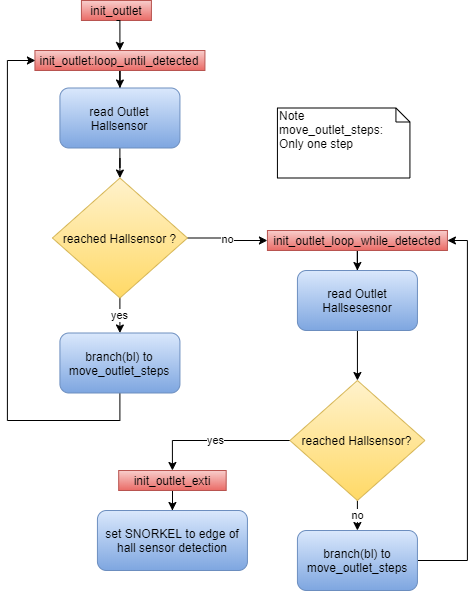
DerToaster98/SysProgTIT18 keeps this draw.io diagram as diagrams/export/Programmablauf_init_outlet.png. Above is the earlier version. Source tidied: cells renumbered, new cells last; positions are measured from the earlier drawing's top-left corner, leaving out a move shared by most shapes. Its diagram source:
```xml
<mxGraphModel>
  <root>
    <mxCell id="0" />
    <mxCell id="1" parent="0" />
    <mxCell id="2" value="init_outlet" style="text;html=1;strokeColor=#b85450;fillColor=#f8cecc;align=center;verticalAlign=middle;whiteSpace=wrap;rounded=0;gradientColor=#ea6b66;" parent="1" vertex="1">
      <mxGeometry x="73.9" width="70" height="20" as="geometry" />
    </mxCell>
    <mxCell id="3" style="edgeStyle=orthogonalEdgeStyle;rounded=0;jettySize=auto;html=1;entryX=0.5;entryY=0;entryDx=0;entryDy=0;strokeColor=#000000;exitX=0.5;exitY=1;exitDx=0;exitDy=0;" parent="1" edge="1" source="2" target="5">
      <mxGeometry relative="1" as="geometry" />
    </mxCell>
    <mxCell id="4" style="edgeStyle=orthogonalEdgeStyle;rounded=0;jettySize=auto;html=1;" parent="1" edge="1" source="5" target="7">
      <mxGeometry relative="1" as="geometry" />
    </mxCell>
    <mxCell id="5" value="init_outlet:loop_until_detected" style="text;html=1;strokeColor=#b85450;fillColor=#f8cecc;align=center;verticalAlign=middle;whiteSpace=wrap;rounded=0;gradientColor=#ea6b66;" parent="1" vertex="1">
      <mxGeometry x="27.4" y="50" width="170" height="20" as="geometry" />
    </mxCell>
    <mxCell id="6" style="edgeStyle=orthogonalEdgeStyle;rounded=0;jettySize=auto;html=1;" parent="1" edge="1" source="7" target="10">
      <mxGeometry relative="1" as="geometry" />
    </mxCell>
    <mxCell id="7" value="read Outlet Hallsensor" style="rounded=1;whiteSpace=wrap;html=1;gradientColor=#7ea6e0;fillColor=#dae8fc;strokeColor=#6c8ebf;" parent="1" vertex="1">
      <mxGeometry x="52.4" y="87.5" width="120" height="60" as="geometry" />
    </mxCell>
    <mxCell id="8" value="no" style="edgeStyle=orthogonalEdgeStyle;rounded=0;jettySize=auto;html=1;entryX=0;entryY=0.5;entryDx=0;entryDy=0;" parent="1" edge="1" source="10" target="14">
      <mxGeometry relative="1" as="geometry" />
    </mxCell>
    <mxCell id="9" value="yes" style="edgeStyle=orthogonalEdgeStyle;rounded=0;jettySize=auto;html=1;" parent="1" edge="1" source="10" target="12">
      <mxGeometry relative="1" as="geometry" />
    </mxCell>
    <mxCell id="10" value="reached Hallsensor ?" style="rhombus;whiteSpace=wrap;html=1;gradientColor=#ffd966;fillColor=#fff2cc;strokeColor=#d6b656;" parent="1" vertex="1">
      <mxGeometry x="44.9" y="177.5" width="135" height="120" as="geometry" />
    </mxCell>
    <mxCell id="11" style="edgeStyle=orthogonalEdgeStyle;rounded=0;jettySize=auto;html=1;" parent="1" edge="1" source="12">
      <mxGeometry relative="1" as="geometry">
        <mxPoint x="27.9" y="60" as="targetPoint" />
        <Array as="points">
          <mxPoint x="111.9" y="420" />
          <mxPoint x="-0.1" y="420" />
          <mxPoint x="-0.1" y="60" />
        </Array>
      </mxGeometry>
    </mxCell>
    <mxCell id="12" value="branch(bl) to move_outlet_steps" style="rounded=1;whiteSpace=wrap;html=1;gradientColor=#7ea6e0;fillColor=#dae8fc;strokeColor=#6c8ebf;" parent="1" vertex="1">
      <mxGeometry x="52.4" y="332.5" width="120" height="60" as="geometry" />
    </mxCell>
    <mxCell id="13" style="edgeStyle=orthogonalEdgeStyle;rounded=0;jettySize=auto;html=1;" parent="1" edge="1" source="14" target="16">
      <mxGeometry relative="1" as="geometry" />
    </mxCell>
    <mxCell id="14" value="init_outlet_loop_while_detected" style="text;html=1;strokeColor=#b85450;fillColor=#f8cecc;align=center;verticalAlign=middle;whiteSpace=wrap;rounded=0;gradientColor=#ea6b66;" parent="1" vertex="1">
      <mxGeometry x="259.9" y="230" width="180" height="20" as="geometry" />
    </mxCell>
    <mxCell id="15" style="edgeStyle=orthogonalEdgeStyle;rounded=0;jettySize=auto;html=1;gradientColor=#7ea6e0;fillColor=#dae8fc;strokeColor=#000000;" parent="1" edge="1" source="16" target="19">
      <mxGeometry relative="1" as="geometry" />
    </mxCell>
    <mxCell id="16" value="read Outlet Hallsesesnor" style="rounded=1;whiteSpace=wrap;html=1;gradientColor=#7ea6e0;fillColor=#dae8fc;strokeColor=#6c8ebf;" parent="1" vertex="1">
      <mxGeometry x="289.9" y="270" width="120" height="60" as="geometry" />
    </mxCell>
    <mxCell id="17" value="no" style="edgeStyle=orthogonalEdgeStyle;rounded=0;jettySize=auto;html=1;strokeColor=#000000;" parent="1" edge="1" source="19" target="21">
      <mxGeometry relative="1" as="geometry" />
    </mxCell>
    <mxCell id="18" value="yes" style="edgeStyle=orthogonalEdgeStyle;rounded=0;jettySize=auto;html=1;entryX=0.5;entryY=0;entryDx=0;entryDy=0;" parent="1" edge="1" source="19" target="23">
      <mxGeometry relative="1" as="geometry" />
    </mxCell>
    <mxCell id="19" value="reached Hallsensor?" style="rhombus;whiteSpace=wrap;html=1;gradientColor=#ffd966;fillColor=#fff2cc;strokeColor=#d6b656;" parent="1" vertex="1">
      <mxGeometry x="282.4" y="380" width="135" height="120" as="geometry" />
    </mxCell>
    <mxCell id="20" style="edgeStyle=orthogonalEdgeStyle;rounded=0;jettySize=auto;html=1;entryX=1;entryY=0.5;entryDx=0;entryDy=0;" parent="1" edge="1" source="21" target="14">
      <mxGeometry relative="1" as="geometry">
        <Array as="points">
          <mxPoint x="459.9" y="560" />
          <mxPoint x="459.9" y="240" />
        </Array>
      </mxGeometry>
    </mxCell>
    <mxCell id="21" value="branch(bl) to move_outlet_steps" style="rounded=1;whiteSpace=wrap;html=1;gradientColor=#7ea6e0;fillColor=#dae8fc;strokeColor=#6c8ebf;" parent="1" vertex="1">
      <mxGeometry x="289.9" y="530" width="120" height="60" as="geometry" />
    </mxCell>
    <mxCell id="22" style="edgeStyle=orthogonalEdgeStyle;rounded=0;jettySize=auto;html=1;" parent="1" edge="1" source="23" target="24">
      <mxGeometry relative="1" as="geometry" />
    </mxCell>
    <mxCell id="23" value="init_outlet_exti" style="text;html=1;strokeColor=#b85450;fillColor=#f8cecc;align=center;verticalAlign=middle;whiteSpace=wrap;rounded=0;gradientColor=#ea6b66;" parent="1" vertex="1">
      <mxGeometry x="111.2" y="470" width="107.5" height="20" as="geometry" />
    </mxCell>
    <mxCell id="24" value="set SNORKEL to&amp;nbsp;edge of hall sensor detection" style="rounded=1;whiteSpace=wrap;html=1;gradientColor=#7ea6e0;fillColor=#dae8fc;strokeColor=#6c8ebf;" parent="1" vertex="1">
      <mxGeometry x="89.9" y="510" width="150" height="60" as="geometry" />
    </mxCell>
    <mxCell id="25" value="Note&lt;br&gt;move_outlet_steps:&lt;br&gt;Only one step" style="shape=note;whiteSpace=wrap;html=1;size=14;verticalAlign=top;align=left;spacingTop=-6;" parent="1" vertex="1">
      <mxGeometry x="269.9" y="107.5" width="132.5" height="70" as="geometry" />
    </mxCell>
  </root>
</mxGraphModel>
```
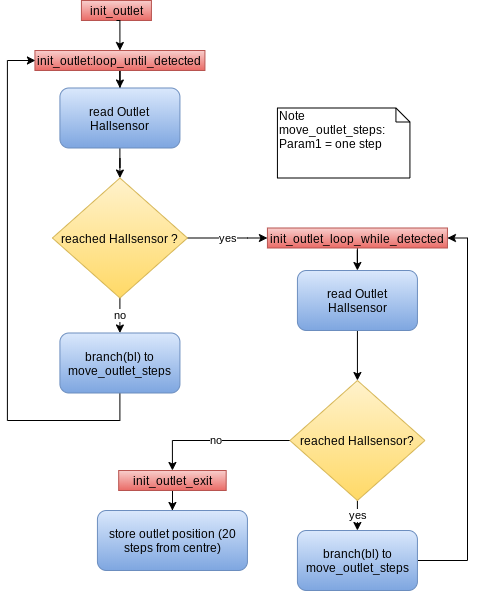
The same file after the commit.

The edit, as a diff of the source:
```diff
@@ -20,10 +20,15 @@
     <mxCell id="7" value="read Outlet Hallsensor" style="rounded=1;whiteSpace=wrap;html=1;gradientColor=#7ea6e0;fillColor=#dae8fc;strokeColor=#6c8ebf;" parent="1" vertex="1">
       <mxGeometry x="52.4" y="87.5" width="120" height="60" as="geometry" />
     </mxCell>
-    <mxCell id="8" value="no" style="edgeStyle=orthogonalEdgeStyle;rounded=0;jettySize=auto;html=1;entryX=0;entryY=0.5;entryDx=0;entryDy=0;" parent="1" edge="1" source="10" target="14">
-      <mxGeometry relative="1" as="geometry" />
+    <mxCell id="8" value="yes" style="edgeStyle=orthogonalEdgeStyle;rounded=0;jettySize=auto;html=1;entryX=0;entryY=0.5;entryDx=0;entryDy=0;" parent="1" edge="1" source="10" target="14">
+      <mxGeometry relative="1" as="geometry">
+        <Array as="points">
+          <mxPoint x="240" y="238" />
+          <mxPoint x="240" y="238" />
+        </Array>
+      </mxGeometry>
     </mxCell>
-    <mxCell id="9" value="yes" style="edgeStyle=orthogonalEdgeStyle;rounded=0;jettySize=auto;html=1;" parent="1" edge="1" source="10" target="12">
+    <mxCell id="9" value="no" style="edgeStyle=orthogonalEdgeStyle;rounded=0;jettySize=auto;html=1;" parent="1" edge="1" source="10" target="12">
       <mxGeometry relative="1" as="geometry" />
     </mxCell>
     <mxCell id="10" value="reached Hallsensor ?" style="rhombus;whiteSpace=wrap;html=1;gradientColor=#ffd966;fillColor=#fff2cc;strokeColor=#d6b656;" parent="1" vertex="1">
@@ -46,18 +51,18 @@
       <mxGeometry relative="1" as="geometry" />
     </mxCell>
     <mxCell id="14" value="init_outlet_loop_while_detected" style="text;html=1;strokeColor=#b85450;fillColor=#f8cecc;align=center;verticalAlign=middle;whiteSpace=wrap;rounded=0;gradientColor=#ea6b66;" parent="1" vertex="1">
-      <mxGeometry x="259.9" y="230" width="180" height="20" as="geometry" />
+      <mxGeometry x="259.9" y="227.5" width="180" height="20" as="geometry" />
     </mxCell>
     <mxCell id="15" style="edgeStyle=orthogonalEdgeStyle;rounded=0;jettySize=auto;html=1;gradientColor=#7ea6e0;fillColor=#dae8fc;strokeColor=#000000;" parent="1" edge="1" source="16" target="19">
       <mxGeometry relative="1" as="geometry" />
     </mxCell>
-    <mxCell id="16" value="read Outlet Hallsesesnor" style="rounded=1;whiteSpace=wrap;html=1;gradientColor=#7ea6e0;fillColor=#dae8fc;strokeColor=#6c8ebf;" parent="1" vertex="1">
+    <mxCell id="16" value="read Outlet Hallsensor" style="rounded=1;whiteSpace=wrap;html=1;gradientColor=#7ea6e0;fillColor=#dae8fc;strokeColor=#6c8ebf;" parent="1" vertex="1">
       <mxGeometry x="289.9" y="270" width="120" height="60" as="geometry" />
     </mxCell>
-    <mxCell id="17" value="no" style="edgeStyle=orthogonalEdgeStyle;rounded=0;jettySize=auto;html=1;strokeColor=#000000;" parent="1" edge="1" source="19" target="21">
+    <mxCell id="17" value="yes" style="edgeStyle=orthogonalEdgeStyle;rounded=0;jettySize=auto;html=1;strokeColor=#000000;" parent="1" edge="1" source="19" target="21">
       <mxGeometry relative="1" as="geometry" />
     </mxCell>
-    <mxCell id="18" value="yes" style="edgeStyle=orthogonalEdgeStyle;rounded=0;jettySize=auto;html=1;entryX=0.5;entryY=0;entryDx=0;entryDy=0;" parent="1" edge="1" source="19" target="23">
+    <mxCell id="18" value="no" style="edgeStyle=orthogonalEdgeStyle;rounded=0;jettySize=auto;html=1;entryX=0.5;entryY=0;entryDx=0;entryDy=0;" parent="1" edge="1" source="19" target="23">
       <mxGeometry relative="1" as="geometry" />
     </mxCell>
     <mxCell id="19" value="reached Hallsensor?" style="rhombus;whiteSpace=wrap;html=1;gradientColor=#ffd966;fillColor=#fff2cc;strokeColor=#d6b656;" parent="1" vertex="1">
@@ -66,8 +71,8 @@
     <mxCell id="20" style="edgeStyle=orthogonalEdgeStyle;rounded=0;jettySize=auto;html=1;entryX=1;entryY=0.5;entryDx=0;entryDy=0;" parent="1" edge="1" source="21" target="14">
       <mxGeometry relative="1" as="geometry">
         <Array as="points">
-          <mxPoint x="459.9" y="560" />
-          <mxPoint x="459.9" y="240" />
+          <mxPoint x="460" y="560" />
+          <mxPoint x="460" y="238" />
         </Array>
       </mxGeometry>
     </mxCell>
@@ -77,13 +82,13 @@
     <mxCell id="22" style="edgeStyle=orthogonalEdgeStyle;rounded=0;jettySize=auto;html=1;" parent="1" edge="1" source="23" target="24">
       <mxGeometry relative="1" as="geometry" />
     </mxCell>
-    <mxCell id="23" value="init_outlet_exti" style="text;html=1;strokeColor=#b85450;fillColor=#f8cecc;align=center;verticalAlign=middle;whiteSpace=wrap;rounded=0;gradientColor=#ea6b66;" parent="1" vertex="1">
+    <mxCell id="23" value="init_outlet_exit" style="text;html=1;strokeColor=#b85450;fillColor=#f8cecc;align=center;verticalAlign=middle;whiteSpace=wrap;rounded=0;gradientColor=#ea6b66;" parent="1" vertex="1">
       <mxGeometry x="111.2" y="470" width="107.5" height="20" as="geometry" />
     </mxCell>
-    <mxCell id="24" value="set SNORKEL to&amp;nbsp;edge of hall sensor detection" style="rounded=1;whiteSpace=wrap;html=1;gradientColor=#7ea6e0;fillColor=#dae8fc;strokeColor=#6c8ebf;" parent="1" vertex="1">
+    <mxCell id="24" value="store outlet position (20 steps from centre)" style="rounded=1;whiteSpace=wrap;html=1;gradientColor=#7ea6e0;fillColor=#dae8fc;strokeColor=#6c8ebf;" parent="1" vertex="1">
       <mxGeometry x="89.9" y="510" width="150" height="60" as="geometry" />
     </mxCell>
-    <mxCell id="25" value="Note&lt;br&gt;move_outlet_steps:&lt;br&gt;Only one step" style="shape=note;whiteSpace=wrap;html=1;size=14;verticalAlign=top;align=left;spacingTop=-6;" parent="1" vertex="1">
+    <mxCell id="25" value="Note&lt;br&gt;move_outlet_steps:&lt;br&gt;Param1 = one step" style="shape=note;whiteSpace=wrap;html=1;size=14;verticalAlign=top;align=left;spacingTop=-6;" parent="1" vertex="1">
       <mxGeometry x="269.9" y="107.5" width="132.5" height="70" as="geometry" />
     </mxCell>
   </root>
```
